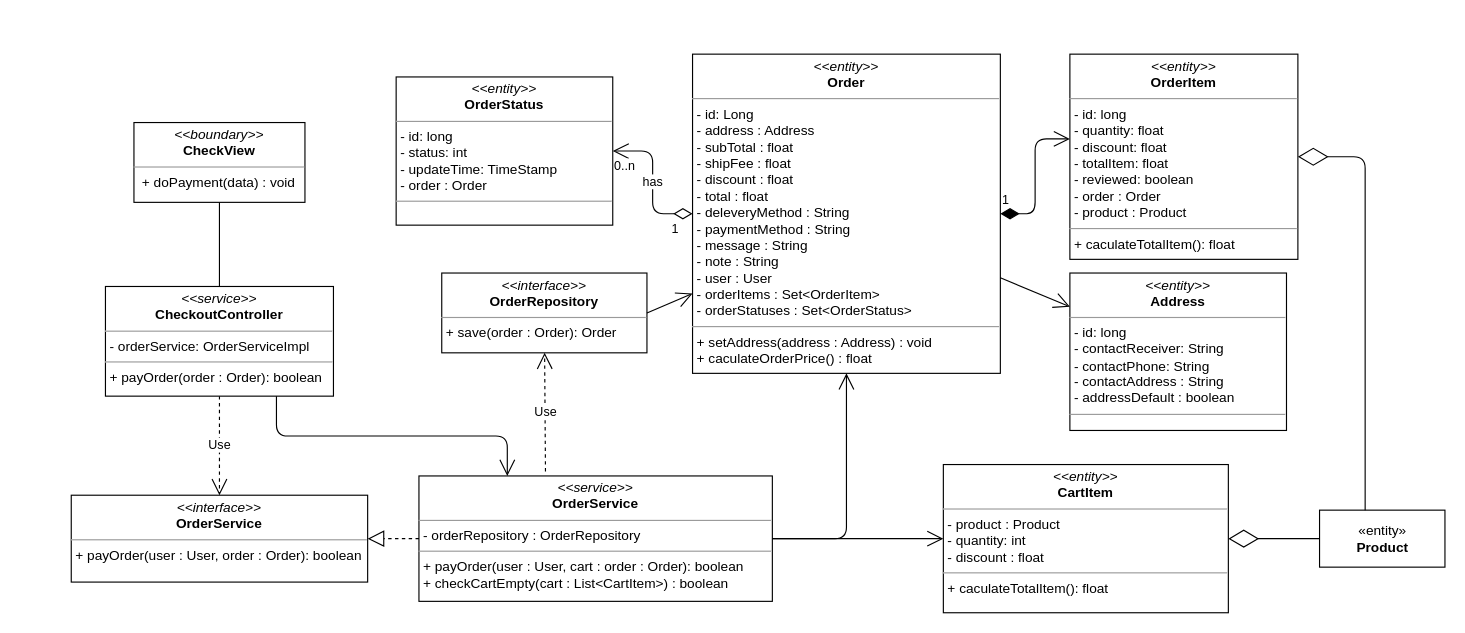
The draw.io diagram class diagram/chekout-class-diagram.drawio in nguyenphamvan/datn_20202, before the edit. Source tidied: cells renumbered, new cells numbered last; positions are measured from the earlier drawing's top-left corner, leaving out a move shared by most shapes. Both pictures are drawn from the tidied source at 114%, with x=0, y=0 at pixel (71, 54).
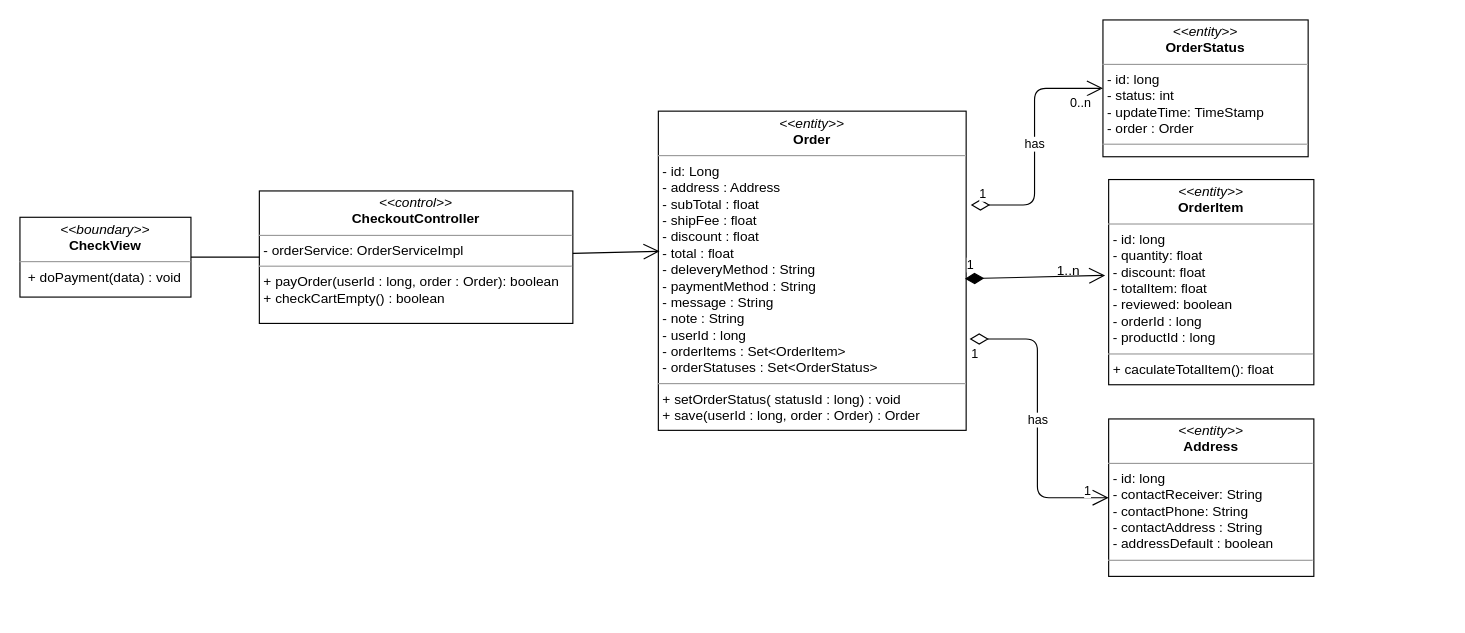
The same page after the edit.

The edit, as a diff of the source:
```diff
@@
     <mxCell id="2" value="&lt;p style=&quot;margin: 0px ; margin-top: 4px ; text-align: center&quot;&gt;&lt;i&gt;&amp;lt;&amp;lt;boundary&amp;gt;&amp;gt;&lt;/i&gt;&lt;br&gt;&lt;b&gt;CheckView&lt;/b&gt;&lt;/p&gt;&lt;hr size=&quot;1&quot;&gt;&lt;p style=&quot;margin: 0px ; margin-left: 4px&quot;&gt;&lt;span&gt;&amp;nbsp;&lt;/span&gt;&lt;span&gt;+ doPayment(data) : void&lt;/span&gt;&lt;/p&gt;" style="verticalAlign=top;align=left;overflow=fill;fontSize=12;fontFamily=Helvetica;html=1;" parent="1" vertex="1">
-      <mxGeometry x="55" y="60" width="150" height="70" as="geometry" />
+      <mxGeometry x="-45" y="143.1" width="150" height="70" as="geometry" />
     </mxCell>
     <mxCell id="3" value="&lt;p style=&quot;margin: 0px ; margin-top: 4px ; text-align: center&quot;&gt;&lt;i&gt;&amp;lt;&amp;lt;entity&amp;gt;&amp;gt;&lt;/i&gt;&lt;br&gt;&lt;b&gt;Address&lt;/b&gt;&lt;/p&gt;&lt;hr size=&quot;1&quot;&gt;&lt;p style=&quot;margin: 0px ; margin-left: 4px&quot;&gt;- id: long&lt;/p&gt;&lt;p style=&quot;margin: 0px ; margin-left: 4px&quot;&gt;- contactReceiver: String&lt;br&gt;- contactPhone: String&lt;/p&gt;&lt;p style=&quot;margin: 0px ; margin-left: 4px&quot;&gt;- contactAddress : String&lt;/p&gt;&lt;p style=&quot;margin: 0px ; margin-left: 4px&quot;&gt;- addressDefault : boolean&lt;/p&gt;&lt;hr size=&quot;1&quot;&gt;&lt;p style=&quot;margin: 0px ; margin-left: 4px&quot;&gt;&lt;br&gt;&lt;/p&gt;" style="verticalAlign=top;align=left;overflow=fill;fontSize=12;fontFamily=Helvetica;html=1;" parent="1" vertex="1">
-      <mxGeometry x="876" y="192" width="190" height="138.1" as="geometry" />
+      <mxGeometry x="910" y="320" width="180" height="138.1" as="geometry" />
     </mxCell>
-    <mxCell id="4" value="&lt;p style=&quot;margin: 0px ; margin-top: 4px ; text-align: center&quot;&gt;&lt;i&gt;&amp;lt;&amp;lt;entity&amp;gt;&amp;gt;&lt;/i&gt;&lt;br&gt;&lt;b&gt;Order&lt;/b&gt;&lt;/p&gt;&lt;hr size=&quot;1&quot;&gt;&lt;p style=&quot;margin: 0px ; margin-left: 4px&quot;&gt;- id: Long&lt;/p&gt;&lt;p style=&quot;margin: 0px 0px 0px 4px&quot;&gt;- address : Address&lt;/p&gt;&lt;p style=&quot;margin: 0px 0px 0px 4px&quot;&gt;- subTotal : float&lt;/p&gt;&lt;p style=&quot;margin: 0px 0px 0px 4px&quot;&gt;- shipFee : float&lt;/p&gt;&lt;p style=&quot;margin: 0px 0px 0px 4px&quot;&gt;- discount : float&lt;/p&gt;&lt;p style=&quot;margin: 0px 0px 0px 4px&quot;&gt;- total : float&lt;/p&gt;&lt;p style=&quot;margin: 0px 0px 0px 4px&quot;&gt;- deleveryMethod : String&lt;/p&gt;&lt;p style=&quot;margin: 0px 0px 0px 4px&quot;&gt;- paymentMethod : String&lt;/p&gt;&lt;p style=&quot;margin: 0px 0px 0px 4px&quot;&gt;- message : String&lt;/p&gt;&lt;p style=&quot;margin: 0px 0px 0px 4px&quot;&gt;- note : String&lt;/p&gt;&lt;p style=&quot;margin: 0px 0px 0px 4px&quot;&gt;- user : User&lt;/p&gt;&lt;p style=&quot;margin: 0px 0px 0px 4px&quot;&gt;- orderItems : Set&amp;lt;OrderItem&amp;gt;&lt;/p&gt;&lt;p style=&quot;margin: 0px 0px 0px 4px&quot;&gt;- orderStatuses : Set&amp;lt;OrderStatus&amp;gt;&lt;/p&gt;&lt;hr size=&quot;1&quot;&gt;&lt;p style=&quot;margin: 0px ; margin-left: 4px&quot;&gt;+ setAddress(address : Address) : void&lt;/p&gt;&lt;p style=&quot;margin: 0px ; margin-left: 4px&quot;&gt;+ caculateOrderPrice() : float&lt;/p&gt;" style="verticalAlign=top;align=left;overflow=fill;fontSize=12;fontFamily=Helvetica;html=1;" parent="1" vertex="1">
-      <mxGeometry x="545" width="270" height="280" as="geometry" />
+    <mxCell id="4" value="&lt;p style=&quot;margin: 0px ; margin-top: 4px ; text-align: center&quot;&gt;&lt;i&gt;&amp;lt;&amp;lt;entity&amp;gt;&amp;gt;&lt;/i&gt;&lt;br&gt;&lt;b&gt;Order&lt;/b&gt;&lt;/p&gt;&lt;hr size=&quot;1&quot;&gt;&lt;p style=&quot;margin: 0px ; margin-left: 4px&quot;&gt;- id: Long&lt;/p&gt;&lt;p style=&quot;margin: 0px 0px 0px 4px&quot;&gt;- address : Address&lt;/p&gt;&lt;p style=&quot;margin: 0px 0px 0px 4px&quot;&gt;- subTotal : float&lt;/p&gt;&lt;p style=&quot;margin: 0px 0px 0px 4px&quot;&gt;- shipFee : float&lt;/p&gt;&lt;p style=&quot;margin: 0px 0px 0px 4px&quot;&gt;- discount : float&lt;/p&gt;&lt;p style=&quot;margin: 0px 0px 0px 4px&quot;&gt;- total : float&lt;/p&gt;&lt;p style=&quot;margin: 0px 0px 0px 4px&quot;&gt;- deleveryMethod : String&lt;/p&gt;&lt;p style=&quot;margin: 0px 0px 0px 4px&quot;&gt;- paymentMethod : String&lt;/p&gt;&lt;p style=&quot;margin: 0px 0px 0px 4px&quot;&gt;- message : String&lt;/p&gt;&lt;p style=&quot;margin: 0px 0px 0px 4px&quot;&gt;- note : String&lt;/p&gt;&lt;p style=&quot;margin: 0px 0px 0px 4px&quot;&gt;- userId : long&lt;/p&gt;&lt;p style=&quot;margin: 0px 0px 0px 4px&quot;&gt;- orderItems : Set&amp;lt;OrderItem&amp;gt;&lt;/p&gt;&lt;p style=&quot;margin: 0px 0px 0px 4px&quot;&gt;- orderStatuses : Set&amp;lt;OrderStatus&amp;gt;&lt;/p&gt;&lt;hr size=&quot;1&quot;&gt;&lt;p style=&quot;margin: 0px ; margin-left: 4px&quot;&gt;&lt;span&gt;+ setOrderStatus( statusId : long) : void&lt;/span&gt;&lt;br&gt;&lt;/p&gt;&lt;p style=&quot;margin: 0px ; margin-left: 4px&quot;&gt;+ save(userId : long, order : Order) : Order&lt;/p&gt;" style="verticalAlign=top;align=left;overflow=fill;fontSize=12;fontFamily=Helvetica;html=1;" parent="1" vertex="1">
+      <mxGeometry x="515" y="50" width="270" height="280" as="geometry" />
     </mxCell>
-    <mxCell id="5" value="&lt;p style=&quot;margin: 0px ; margin-top: 4px ; text-align: center&quot;&gt;&lt;i&gt;&amp;lt;&amp;lt;entity&amp;gt;&amp;gt;&lt;/i&gt;&lt;br&gt;&lt;b&gt;OrderItem&lt;/b&gt;&lt;/p&gt;&lt;hr size=&quot;1&quot;&gt;&lt;p style=&quot;margin: 0px ; margin-left: 4px&quot;&gt;- id: long&lt;/p&gt;&lt;p style=&quot;margin: 0px ; margin-left: 4px&quot;&gt;- quantity: float&lt;br&gt;- discount: float&lt;/p&gt;&lt;p style=&quot;margin: 0px ; margin-left: 4px&quot;&gt;- totalItem: float&lt;/p&gt;&lt;p style=&quot;margin: 0px ; margin-left: 4px&quot;&gt;- reviewed: boolean&lt;/p&gt;&lt;p style=&quot;margin: 0px ; margin-left: 4px&quot;&gt;- order : Order&lt;/p&gt;&lt;p style=&quot;margin: 0px ; margin-left: 4px&quot;&gt;- product : Product&lt;/p&gt;&lt;hr size=&quot;1&quot;&gt;&lt;p style=&quot;margin: 0px ; margin-left: 4px&quot;&gt;+ caculateTotalItem(): float&lt;br&gt;&lt;/p&gt;" style="verticalAlign=top;align=left;overflow=fill;fontSize=12;fontFamily=Helvetica;html=1;" parent="1" vertex="1">
-      <mxGeometry x="876" width="200" height="180" as="geometry" />
+    <mxCell id="5" value="&lt;p style=&quot;margin: 0px ; margin-top: 4px ; text-align: center&quot;&gt;&lt;i&gt;&amp;lt;&amp;lt;entity&amp;gt;&amp;gt;&lt;/i&gt;&lt;br&gt;&lt;b&gt;OrderItem&lt;/b&gt;&lt;/p&gt;&lt;hr size=&quot;1&quot;&gt;&lt;p style=&quot;margin: 0px ; margin-left: 4px&quot;&gt;- id: long&lt;/p&gt;&lt;p style=&quot;margin: 0px ; margin-left: 4px&quot;&gt;- quantity: float&lt;br&gt;- discount: float&lt;/p&gt;&lt;p style=&quot;margin: 0px ; margin-left: 4px&quot;&gt;- totalItem: float&lt;/p&gt;&lt;p style=&quot;margin: 0px ; margin-left: 4px&quot;&gt;- reviewed: boolean&lt;/p&gt;&lt;p style=&quot;margin: 0px ; margin-left: 4px&quot;&gt;- orderId : long&lt;/p&gt;&lt;p style=&quot;margin: 0px ; margin-left: 4px&quot;&gt;- productId : long&lt;/p&gt;&lt;hr size=&quot;1&quot;&gt;&lt;p style=&quot;margin: 0px ; margin-left: 4px&quot;&gt;+ caculateTotalItem(): float&lt;br&gt;&lt;/p&gt;" style="verticalAlign=top;align=left;overflow=fill;fontSize=12;fontFamily=Helvetica;html=1;" parent="1" vertex="1">
+      <mxGeometry x="910" y="110" width="180" height="180" as="geometry" />
     </mxCell>
-    <mxCell id="6" value="&lt;p style=&quot;margin: 0px ; margin-top: 4px ; text-align: center&quot;&gt;&lt;i&gt;&amp;lt;&amp;lt;interface&amp;gt;&amp;gt;&lt;/i&gt;&lt;br&gt;&lt;b&gt;OrderService&lt;/b&gt;&lt;/p&gt;&lt;hr size=&quot;1&quot;&gt;&lt;p style=&quot;margin: 0px ; margin-left: 4px&quot;&gt;+ payOrder(user : User, order : Order): boolean&lt;/p&gt;" style="verticalAlign=top;align=left;overflow=fill;fontSize=12;fontFamily=Helvetica;html=1;" parent="1" vertex="1">
-      <mxGeometry y="386.9" width="260" height="76.2" as="geometry" />
-    </mxCell>
-    <mxCell id="7" value="Use" style="endArrow=open;endSize=12;dashed=1;html=1;strokeColor=#000000;" parent="1" edge="1" source="12" target="6">
-      <mxGeometry relative="1" as="geometry" />
-    </mxCell>
-    <mxCell id="8" value="&lt;p style=&quot;margin: 0px ; margin-top: 4px ; text-align: center&quot;&gt;&lt;i&gt;&amp;lt;&amp;lt;service&amp;gt;&amp;gt;&lt;/i&gt;&lt;br&gt;&lt;b&gt;OrderService&lt;/b&gt;&lt;br&gt;&lt;/p&gt;&lt;hr size=&quot;1&quot;&gt;&lt;p style=&quot;margin: 0px ; margin-left: 4px&quot;&gt;- orderRepository : OrderRepository&lt;/p&gt;&lt;hr size=&quot;1&quot;&gt;&lt;p style=&quot;margin: 0px ; margin-left: 4px&quot;&gt;+ payOrder(user : User, cart : order : Order): boolean&lt;br&gt;&lt;/p&gt;&lt;p style=&quot;margin: 0px ; margin-left: 4px&quot;&gt;+ checkCartEmpty(cart : List&amp;lt;CartItem&amp;gt;) : boolean&lt;/p&gt;" style="verticalAlign=top;align=left;overflow=fill;fontSize=12;fontFamily=Helvetica;html=1;" parent="1" vertex="1">
-      <mxGeometry x="305" y="370" width="310" height="110" as="geometry" />
-    </mxCell>
-    <mxCell id="9" value="&lt;p style=&quot;margin: 0px ; margin-top: 4px ; text-align: center&quot;&gt;&lt;i&gt;&amp;lt;&amp;lt;interface&amp;gt;&amp;gt;&lt;/i&gt;&lt;br&gt;&lt;b&gt;OrderRepository&lt;/b&gt;&lt;/p&gt;&lt;hr size=&quot;1&quot;&gt;&lt;p style=&quot;margin: 0px ; margin-left: 4px&quot;&gt;+ save(order : Order): Order&lt;/p&gt;" style="verticalAlign=top;align=left;overflow=fill;fontSize=12;fontFamily=Helvetica;html=1;" parent="1" vertex="1">
-      <mxGeometry x="325" y="192" width="180" height="70" as="geometry" />
-    </mxCell>
-    <mxCell id="10" value="1" style="endArrow=open;html=1;endSize=12;startArrow=diamondThin;startSize=14;startFill=1;align=left;verticalAlign=bottom;strokeColor=#000000;entryX=0;entryY=0.413;entryDx=0;entryDy=0;entryPerimeter=0;edgeStyle=orthogonalEdgeStyle;" parent="1" edge="1" source="4" target="5">
-      <mxGeometry x="-1" y="3" relative="1" as="geometry" />
-    </mxCell>
-    <mxCell id="11" value="Use" style="endArrow=open;endSize=12;dashed=1;html=1;strokeColor=#000000;exitX=0.358;exitY=-0.036;exitDx=0;exitDy=0;exitPerimeter=0;" parent="1" edge="1" source="8" target="9">
-      <mxGeometry relative="1" as="geometry" />
-    </mxCell>
-    <mxCell id="12" value="&lt;p style=&quot;margin: 0px ; margin-top: 4px ; text-align: center&quot;&gt;&lt;i&gt;&amp;lt;&amp;lt;service&amp;gt;&amp;gt;&lt;/i&gt;&lt;br&gt;&lt;b&gt;CheckoutController&lt;/b&gt;&lt;br&gt;&lt;/p&gt;&lt;hr size=&quot;1&quot;&gt;&lt;p style=&quot;margin: 0px ; margin-left: 4px&quot;&gt;- orderService: OrderServiceImpl&lt;/p&gt;&lt;hr size=&quot;1&quot;&gt;&lt;p style=&quot;margin: 0px ; margin-left: 4px&quot;&gt;+ payOrder(order : Order): boolean&lt;br&gt;&lt;/p&gt;" style="verticalAlign=top;align=left;overflow=fill;fontSize=12;fontFamily=Helvetica;html=1;" parent="1" vertex="1">
-      <mxGeometry x="30" y="203.8" width="200" height="96.2" as="geometry" />
+    <mxCell id="12" value="&lt;p style=&quot;margin: 0px ; margin-top: 4px ; text-align: center&quot;&gt;&lt;i&gt;&amp;lt;&amp;lt;control&amp;gt;&amp;gt;&lt;/i&gt;&lt;br&gt;&lt;b&gt;CheckoutController&lt;/b&gt;&lt;br&gt;&lt;/p&gt;&lt;hr size=&quot;1&quot;&gt;&lt;p style=&quot;margin: 0px ; margin-left: 4px&quot;&gt;- orderService: OrderServiceImpl&lt;/p&gt;&lt;hr size=&quot;1&quot;&gt;&lt;p style=&quot;margin: 0px ; margin-left: 4px&quot;&gt;+ payOrder(userId : long, order : Order): boolean&lt;br&gt;&lt;/p&gt;&lt;p style=&quot;margin: 0px ; margin-left: 4px&quot;&gt;+ checkCartEmpty() : boolean&lt;/p&gt;" style="verticalAlign=top;align=left;overflow=fill;fontSize=12;fontFamily=Helvetica;html=1;" parent="1" vertex="1">
+      <mxGeometry x="165" y="120" width="275" height="116.2" as="geometry" />
     </mxCell>
-    <mxCell id="13" style="endArrow=open;endFill=1;endSize=12;html=1;strokeColor=#000000;" parent="1" edge="1" source="4" target="3">
-      <mxGeometry relative="1" as="geometry" />
-    </mxCell>
-    <mxCell id="14" value="«entity»&lt;br&gt;&lt;b&gt;Product&lt;/b&gt;" style="html=1;" parent="1" vertex="1">
-      <mxGeometry x="1095" y="400" width="110" height="50" as="geometry" />
-    </mxCell>
-    <mxCell id="15" style="endArrow=diamondThin;endFill=0;endSize=24;html=1;strokeColor=#000000;edgeStyle=orthogonalEdgeStyle;" parent="1" edge="1" source="14" target="17">
-      <mxGeometry relative="1" as="geometry" />
-    </mxCell>
-    <mxCell id="16" style="endArrow=open;endFill=1;endSize=12;html=1;strokeColor=#000000;" parent="1" edge="1" source="8" target="17">
-      <mxGeometry relative="1" as="geometry" />
-    </mxCell>
-    <mxCell id="17" value="&lt;p style=&quot;margin: 0px ; margin-top: 4px ; text-align: center&quot;&gt;&lt;i&gt;&amp;lt;&amp;lt;entity&amp;gt;&amp;gt;&lt;/i&gt;&lt;br&gt;&lt;b&gt;CartItem&lt;/b&gt;&lt;/p&gt;&lt;hr size=&quot;1&quot;&gt;&lt;p style=&quot;margin: 0px ; margin-left: 4px&quot;&gt;- product : Product&lt;/p&gt;&lt;p style=&quot;margin: 0px ; margin-left: 4px&quot;&gt;- quantity: int&lt;br&gt;- discount : float&lt;/p&gt;&lt;hr size=&quot;1&quot;&gt;&lt;p style=&quot;margin: 0px ; margin-left: 4px&quot;&gt;+ caculateTotalItem(): float&lt;br&gt;&lt;/p&gt;" style="verticalAlign=top;align=left;overflow=fill;fontSize=12;fontFamily=Helvetica;html=1;" parent="1" vertex="1">
-      <mxGeometry x="765" y="360" width="250" height="130" as="geometry" />
-    </mxCell>
-    <mxCell id="18" style="endArrow=block;dashed=1;endFill=0;endSize=12;html=1;strokeColor=#000000;entryX=1;entryY=0.5;entryDx=0;entryDy=0;" parent="1" edge="1" source="8" target="6">
-      <mxGeometry relative="1" as="geometry" />
-    </mxCell>
@@
-    <mxCell id="20" style="endArrow=open;endFill=1;endSize=12;html=1;exitX=1;exitY=0.5;exitDx=0;exitDy=0;entryX=0;entryY=0.75;entryDx=0;entryDy=0;" parent="1" edge="1" source="9" target="4">
+    <mxCell id="20" style="endArrow=open;endFill=1;endSize=12;html=1;entryX=0.004;entryY=0.439;entryDx=0;entryDy=0;entryPerimeter=0;" parent="1" edge="1" source="12" target="4">
       <mxGeometry relative="1" as="geometry" />
     </mxCell>
-    <mxCell id="21" style="endArrow=diamondThin;endFill=0;endSize=24;html=1;edgeStyle=orthogonalEdgeStyle;" parent="1" edge="1" source="14" target="5">
-      <mxGeometry relative="1" as="geometry">
-        <Array as="points">
-          <mxPoint x="1135" y="90" />
-        </Array>
-      </mxGeometry>
-    </mxCell>
-    <mxCell id="22" style="endArrow=open;endFill=1;endSize=12;html=1;edgeStyle=orthogonalEdgeStyle;exitX=1;exitY=0.5;exitDx=0;exitDy=0;" parent="1" edge="1" source="8" target="4">
-      <mxGeometry relative="1" as="geometry" />
-    </mxCell>
-    <mxCell id="23" style="endArrow=open;endFill=1;endSize=12;html=1;exitX=0.75;exitY=1;exitDx=0;exitDy=0;edgeStyle=orthogonalEdgeStyle;entryX=0.25;entryY=0;entryDx=0;entryDy=0;" parent="1" edge="1" source="12" target="8">
-      <mxGeometry relative="1" as="geometry" />
-    </mxCell>
     <mxCell id="24" value="&lt;p style=&quot;margin: 0px ; margin-top: 4px ; text-align: center&quot;&gt;&lt;i&gt;&amp;lt;&amp;lt;entity&amp;gt;&amp;gt;&lt;/i&gt;&lt;br&gt;&lt;b&gt;OrderStatus&lt;/b&gt;&lt;/p&gt;&lt;hr size=&quot;1&quot;&gt;&lt;p style=&quot;margin: 0px ; margin-left: 4px&quot;&gt;- id: long&lt;/p&gt;&lt;p style=&quot;margin: 0px ; margin-left: 4px&quot;&gt;- status: int&lt;br&gt;- updateTime: TimeStamp&lt;/p&gt;&lt;p style=&quot;margin: 0px ; margin-left: 4px&quot;&gt;- order : Order&lt;/p&gt;&lt;hr size=&quot;1&quot;&gt;&lt;p style=&quot;margin: 0px ; margin-left: 4px&quot;&gt;&lt;br&gt;&lt;/p&gt;" style="verticalAlign=top;align=left;overflow=fill;fontSize=12;fontFamily=Helvetica;html=1;" parent="1" vertex="1">
-      <mxGeometry x="285" y="20" width="190" height="130" as="geometry" />
+      <mxGeometry x="905" y="-30" width="180" height="120" as="geometry" />
     </mxCell>
-    <mxCell id="25" value="has" style="endArrow=open;html=1;endSize=12;startArrow=diamondThin;startSize=14;startFill=0;edgeStyle=orthogonalEdgeStyle;exitX=0;exitY=0.5;exitDx=0;exitDy=0;" parent="1" edge="1" source="4" target="24">
+    <mxCell id="25" value="has" style="endArrow=open;html=1;endSize=12;startArrow=diamondThin;startSize=14;startFill=0;edgeStyle=orthogonalEdgeStyle;exitX=1.015;exitY=0.294;exitDx=0;exitDy=0;exitPerimeter=0;" parent="1" edge="1" source="4" target="24">
       <mxGeometry relative="1" as="geometry" />
     </mxCell>
     <mxCell id="26" value="1" style="edgeLabel;html=1;align=left;verticalAlign=top;" parent="25" vertex="1">
       <mxGeometry x="-1" relative="1" as="geometry">
-        <mxPoint x="-20" as="offset" />
+        <mxPoint x="6" y="-22" as="offset" />
       </mxGeometry>
     </mxCell>
     <mxCell id="27" value="0..n" style="edgeLabel;html=1;align=right;verticalAlign=top;" parent="25" vertex="1">
       <mxGeometry x="1" relative="1" as="geometry">
-        <mxPoint x="20" as="offset" />
+        <mxPoint x="-10" as="offset" />
       </mxGeometry>
     </mxCell>
+    <mxCell id="13" value="has" style="endArrow=open;html=1;endSize=12;startArrow=diamondThin;startSize=14;startFill=0;edgeStyle=orthogonalEdgeStyle;exitX=1.011;exitY=0.714;exitDx=0;exitDy=0;exitPerimeter=0;" parent="1" edge="1" source="4" target="3">
+      <mxGeometry relative="1" as="geometry" />
+    </mxCell>
+    <mxCell id="28" value="1" style="edgeLabel;html=1;align=left;verticalAlign=top;" parent="13" vertex="1">
+      <mxGeometry x="-1" relative="1" as="geometry" />
+    </mxCell>
+    <mxCell id="29" value="1" style="edgeLabel;html=1;align=right;verticalAlign=top;" parent="13" vertex="1">
+      <mxGeometry x="1" relative="1" as="geometry">
+        <mxPoint x="-15" y="-19" as="offset" />
+      </mxGeometry>
+    </mxCell>
+    <mxCell id="10" value="1" style="endArrow=open;html=1;endSize=12;startArrow=diamondThin;startSize=14;startFill=1;align=left;verticalAlign=bottom;entryX=-0.017;entryY=0.467;entryDx=0;entryDy=0;entryPerimeter=0;exitX=0.996;exitY=0.525;exitDx=0;exitDy=0;exitPerimeter=0;" parent="1" edge="1" source="4" target="5">
+      <mxGeometry x="-1" y="3" relative="1" as="geometry" />
+    </mxCell>
+    <mxCell id="30" value="1..n" style="text;html=1;strokeColor=none;fillColor=none;align=center;verticalAlign=middle;whiteSpace=wrap;rounded=0;" parent="1" vertex="1">
+      <mxGeometry x="855" y="180" width="40" height="20" as="geometry" />
+    </mxCell>
```
